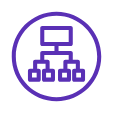
Above: AWS/Untitled Diagram.svg in alexanderoneill/Obsidian (draw.io), before the change. Source tidied: cells renumbered, new cells last; positions are measured from the earlier drawing's top-left corner, leaving out a move shared by most shapes.
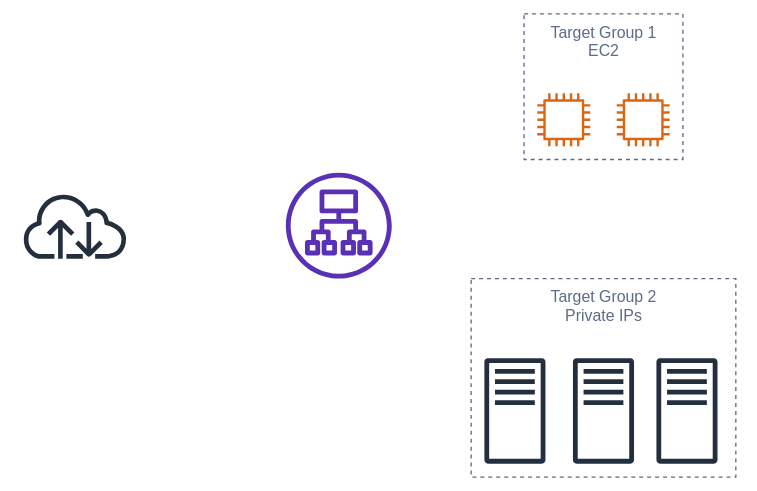
Above is the later version.

Commit message:
vault backup: 15.08.2023 - 09:23:43

Change to the diagram source:
```diff
@@ -5,5 +5,32 @@
     <mxCell id="2" style="fontColor=#232F3E;gradientColor=none;fillColor=#5A30B5;strokeColor=none;dashed=0;verticalLabelPosition=bottom;verticalAlign=top;align=center;html=1;fontSize=12;fontStyle=0;shape=mxgraph.aws4.application_load_balancer;" parent="1" vertex="1">
       <mxGeometry width="80" height="80" as="geometry" />
     </mxCell>
+    <mxCell id="3" style="fontColor=#232F3E;gradientColor=none;fillColor=#232F3E;strokeColor=none;dashed=0;verticalLabelPosition=bottom;verticalAlign=top;align=center;html=1;fontSize=12;fontStyle=0;shape=mxgraph.aws4.internet;" parent="1" vertex="1">
+      <mxGeometry x="-200" y="15" width="81.2" height="50" as="geometry" />
+    </mxCell>
+    <mxCell id="4" value="Target Group 2&#10;Private IPs" style="fillColor=none;strokeColor=#5A6C86;dashed=1;verticalAlign=top;fontStyle=0;fontColor=#5A6C86;" parent="1" vertex="1">
+      <mxGeometry x="140" y="80" width="200" height="150" as="geometry" />
+    </mxCell>
+    <mxCell id="5" style="fontColor=#232F3E;gradientColor=none;fillColor=#232F3E;strokeColor=none;dashed=0;verticalLabelPosition=bottom;verticalAlign=top;align=center;html=1;fontSize=12;fontStyle=0;shape=mxgraph.aws4.traditional_server;" parent="1" vertex="1">
+      <mxGeometry x="150" y="140" width="46.1" height="80" as="geometry" />
+    </mxCell>
+    <mxCell id="6" style="fontColor=#232F3E;gradientColor=none;fillColor=#232F3E;strokeColor=none;dashed=0;verticalLabelPosition=bottom;verticalAlign=top;align=center;html=1;fontSize=12;fontStyle=0;shape=mxgraph.aws4.traditional_server;" parent="1" vertex="1">
+      <mxGeometry x="280" y="140" width="46.1" height="80" as="geometry" />
+    </mxCell>
+    <mxCell id="7" style="fontColor=#232F3E;gradientColor=none;fillColor=#232F3E;strokeColor=none;dashed=0;verticalLabelPosition=bottom;verticalAlign=top;align=center;html=1;fontSize=12;fontStyle=0;shape=mxgraph.aws4.traditional_server;" parent="1" vertex="1">
+      <mxGeometry x="216.9" y="140" width="46.1" height="80" as="geometry" />
+    </mxCell>
+    <mxCell id="8" style="group;" parent="1" vertex="1">
+      <mxGeometry x="180" y="-120" width="120" height="110" as="geometry" />
+    </mxCell>
+    <mxCell id="9" value="Target Group 1&#10;EC2" style="fillColor=none;strokeColor=#5A6C86;dashed=1;verticalAlign=top;fontStyle=0;fontColor=#5A6C86;" parent="8" vertex="1">
+      <mxGeometry width="120" height="110" as="geometry" />
+    </mxCell>
+    <mxCell id="10" style="fontColor=#232F3E;gradientColor=none;fillColor=#D86613;strokeColor=none;dashed=0;verticalLabelPosition=bottom;verticalAlign=top;align=center;html=1;fontSize=12;fontStyle=0;shape=mxgraph.aws4.instance2;" parent="8" vertex="1">
+      <mxGeometry x="10" y="60" width="40" height="40" as="geometry" />
+    </mxCell>
+    <mxCell id="11" style="fontColor=#232F3E;gradientColor=none;fillColor=#D86613;strokeColor=none;dashed=0;verticalLabelPosition=bottom;verticalAlign=top;align=center;html=1;fontSize=12;fontStyle=0;shape=mxgraph.aws4.instance2;" parent="8" vertex="1">
+      <mxGeometry x="70" y="60" width="40" height="40" as="geometry" />
+    </mxCell>
   </root>
 </mxGraphModel>
```
